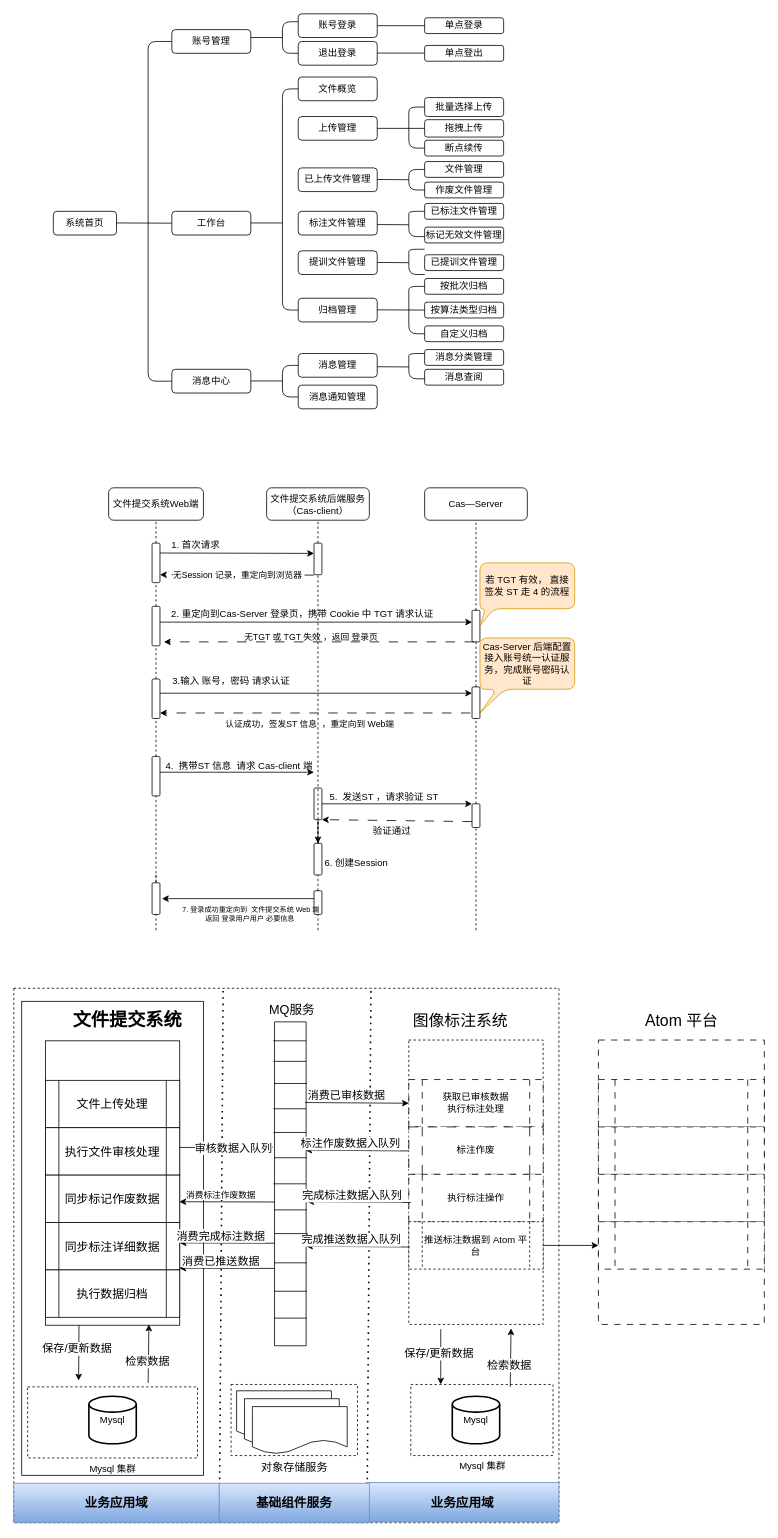
Before: 文件提交系统.drawio in jurentiancheng/drawio-project, a draw.io diagram. Source tidied: cells renumbered, new cells numbered last; positions are measured from the earlier drawing's top-left corner, leaving out a move shared by most shapes. Both pictures are drawn from the tidied source at 79%, with x=0, y=0 at pixel (13, 13).
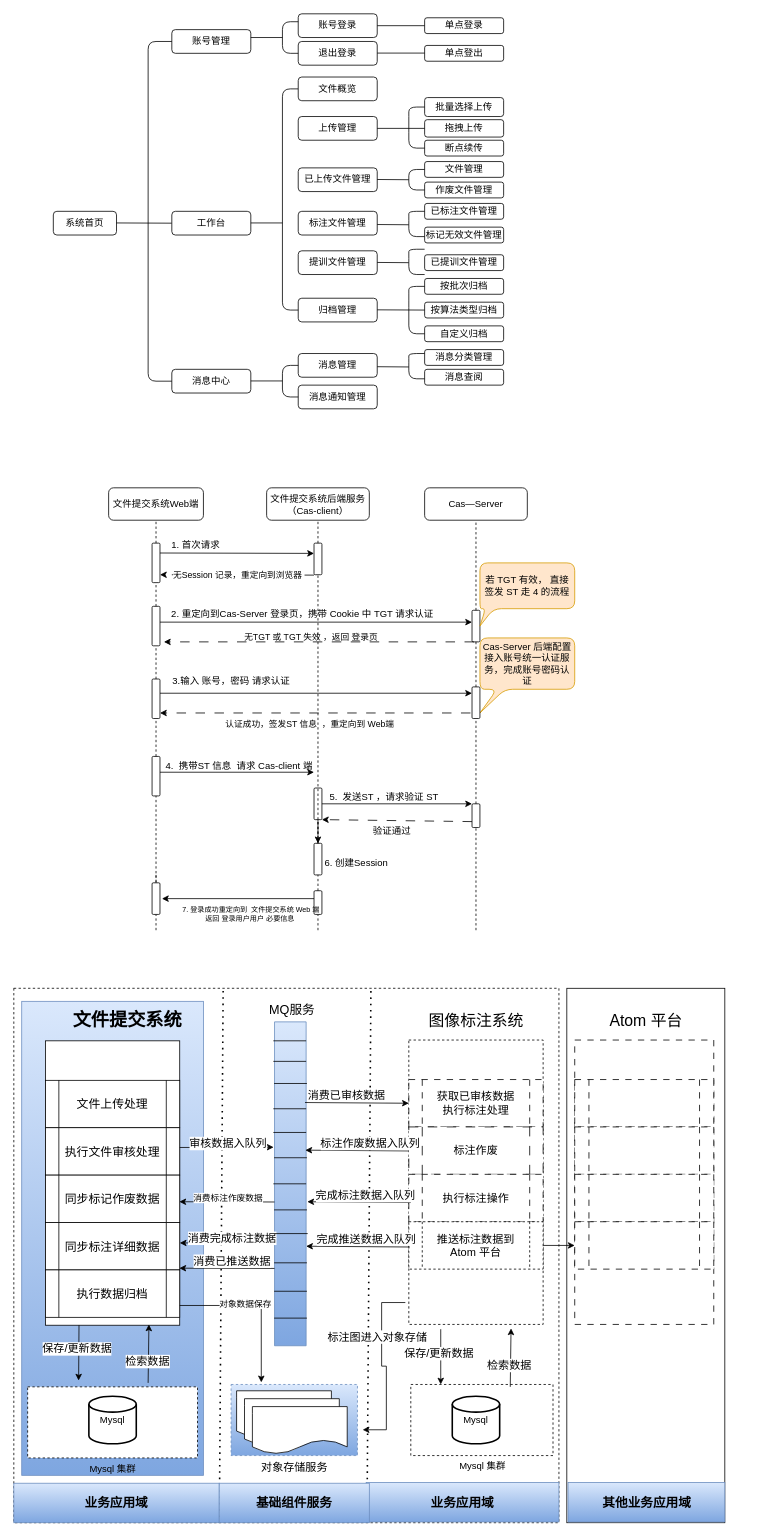
The same page after the edit.

Commit message:
更新文件提交系统.drawio

The change refers to these unchanged cells:
```xml
<mxCell id="112" style="rounded=0;whiteSpace=wrap;html=1;dashed=1;" parent="1" vertex="1">
  <mxGeometry x="500" y="1299" width="170" height="360" as="geometry" />
</mxCell>
<mxCell id="133" value="执行数据归档" style="shape=process;whiteSpace=wrap;html=1;backgroundOutline=1;fontStyle=0;fontSize=15;" parent="127" vertex="1">
  <mxGeometry y="290" width="170" height="60" as="geometry" />
</mxCell>
<mxCell id="153" style="endArrow=classic;html=1;rounded=0;entryX=-0.028;entryY=0.387;entryDx=0;entryDy=0;entryPerimeter=0;" parent="1" edge="1" target="115">
  <mxGeometry relative="1" as="geometry">
    <mxPoint x="210" y="1435" as="sourcePoint" />
  </mxGeometry>
</mxCell>
<mxCell id="161" style="endArrow=classic;html=1;rounded=0;entryX=0;entryY=0.5;entryDx=0;entryDy=0;exitX=0.965;exitY=0.249;exitDx=0;exitDy=0;exitPerimeter=0;" parent="1" edge="1">
  <mxGeometry relative="1" as="geometry">
    <mxPoint x="500" y="1439.4" as="sourcePoint" />
    <mxPoint x="369" y="1438.4" as="targetPoint" />
  </mxGeometry>
</mxCell>
<mxCell id="163" style="endArrow=classic;html=1;rounded=0;entryX=0;entryY=0.5;entryDx=0;entryDy=0;exitX=0.965;exitY=0.249;exitDx=0;exitDy=0;exitPerimeter=0;" parent="1" edge="1">
  <mxGeometry relative="1" as="geometry">
    <mxPoint x="502.5" y="1504.7" as="sourcePoint" />
    <mxPoint x="371.5" y="1503.7" as="targetPoint" />
  </mxGeometry>
</mxCell>
<mxCell id="165" style="endArrow=classic;html=1;rounded=0;entryX=0;entryY=0.5;entryDx=0;entryDy=0;exitX=0.965;exitY=0.249;exitDx=0;exitDy=0;exitPerimeter=0;" parent="1" edge="1">
  <mxGeometry relative="1" as="geometry">
    <mxPoint x="501" y="1561" as="sourcePoint" />
    <mxPoint x="370" y="1560" as="targetPoint" />
  </mxGeometry>
</mxCell>
<mxCell id="167" style="endArrow=classic;html=1;rounded=0;entryX=0;entryY=0.5;entryDx=0;entryDy=0;" parent="1" edge="1">
  <mxGeometry relative="1" as="geometry">
    <mxPoint x="330" y="1504" as="sourcePoint" />
    <mxPoint x="209.5" y="1503.7" as="targetPoint" />
  </mxGeometry>
</mxCell>
<mxCell id="169" style="endArrow=classic;html=1;rounded=0;entryX=0;entryY=0.5;entryDx=0;entryDy=0;" parent="1" edge="1">
  <mxGeometry relative="1" as="geometry">
    <mxPoint x="330.5" y="1556.2" as="sourcePoint" />
    <mxPoint x="210" y="1555.8" as="targetPoint" />
  </mxGeometry>
</mxCell>
<mxCell id="171" style="endArrow=classic;html=1;rounded=0;entryX=0;entryY=0.5;entryDx=0;entryDy=0;" parent="1" edge="1">
  <mxGeometry relative="1" as="geometry">
    <mxPoint x="330" y="1588.1" as="sourcePoint" />
    <mxPoint x="209.5" y="1587.8" as="targetPoint" />
  </mxGeometry>
</mxCell>
```

Diff of the diagram source:
```diff
@@
+    <mxCell id="185" style="rounded=0;whiteSpace=wrap;html=1;" parent="1" vertex="1">
+      <mxGeometry x="700" y="1233.5" width="200" height="676.5" as="geometry" />
+    </mxCell>
@@
-    <mxCell id="113" value="获取已审核数据&lt;br&gt;执行标注处理" style="shape=process;whiteSpace=wrap;html=1;backgroundOutline=1;dashed=1;dashPattern=8 8;" parent="1" vertex="1">
+    <mxCell id="113" value="获取已审核数据&lt;br style=&quot;font-size: 14px;&quot;&gt;执行标注处理" style="shape=process;whiteSpace=wrap;html=1;backgroundOutline=1;dashed=1;dashPattern=8 8;fontSize=14;" parent="1" vertex="1">
       <mxGeometry x="500" y="1349" width="170" height="60" as="geometry" />
     </mxCell>
     <mxCell id="114" value="图像标注系统" style="text;html=1;strokeColor=none;fillColor=none;align=center;verticalAlign=middle;whiteSpace=wrap;rounded=0;fontSize=20;fontStyle=0;" parent="1" vertex="1">
-      <mxGeometry x="502.5" y="1258" width="125" height="31" as="geometry" />
+      <mxGeometry x="522.5" y="1258" width="125" height="31" as="geometry" />
     </mxCell>
-    <mxCell id="115" style="verticalLabelPosition=bottom;verticalAlign=top;html=1;shape=mxgraph.basic.rect;fillColor2=none;strokeWidth=1;size=17.41;indent=5;" parent="1" vertex="1">
+    <mxCell id="115" style="verticalLabelPosition=bottom;verticalAlign=top;html=1;shape=mxgraph.basic.rect;fillColor2=none;strokeWidth=1;size=17.41;indent=5;fillColor=#dae8fc;gradientColor=#7ea6e0;strokeColor=#6c8ebf;" parent="1" vertex="1">
       <mxGeometry x="330" y="1276" width="40" height="410" as="geometry" />
     </mxCell>
-    <mxCell id="116" value="标注作废" style="shape=process;whiteSpace=wrap;html=1;backgroundOutline=1;dashed=1;dashPattern=12 12;" parent="1" vertex="1">
+    <mxCell id="116" value="标注作废" style="shape=process;whiteSpace=wrap;html=1;backgroundOutline=1;dashed=1;dashPattern=12 12;fontSize=14;" parent="1" vertex="1">
       <mxGeometry x="500" y="1409" width="170" height="60" as="geometry" />
     </mxCell>
-    <mxCell id="117" value="执行标注操作" style="shape=process;whiteSpace=wrap;html=1;backgroundOutline=1;dashed=1;dashPattern=8 8;" parent="1" vertex="1">
+    <mxCell id="117" value="执行标注操作" style="shape=process;whiteSpace=wrap;html=1;backgroundOutline=1;dashed=1;dashPattern=8 8;fontSize=14;" parent="1" vertex="1">
       <mxGeometry x="500" y="1469" width="170" height="60" as="geometry" />
     </mxCell>
@@
-    <mxCell id="119" value="推送标注数据到 Atom 平台" style="shape=process;whiteSpace=wrap;html=1;backgroundOutline=1;dashed=1;" parent="1" vertex="1">
+    <mxCell id="119" value="推送标注数据到 Atom 平台" style="shape=process;whiteSpace=wrap;html=1;backgroundOutline=1;dashed=1;fontSize=14;" parent="1" vertex="1">
       <mxGeometry x="500" y="1529" width="170" height="60" as="geometry" />
     </mxCell>
     <mxCell id="120" style="rounded=0;whiteSpace=wrap;html=1;dashed=1;dashPattern=8 8;" parent="1" vertex="1">
-      <mxGeometry x="740" y="1299" width="210" height="360" as="geometry" />
+      <mxGeometry x="710" y="1299" width="176" height="360" as="geometry" />
     </mxCell>
     <mxCell id="121" style="shape=process;whiteSpace=wrap;html=1;backgroundOutline=1;dashed=1;dashPattern=8 8;" parent="1" vertex="1">
-      <mxGeometry x="740" y="1349" width="210" height="60" as="geometry" />
+      <mxGeometry x="710" y="1349" width="176" height="60" as="geometry" />
     </mxCell>
     <mxCell id="122" value="Atom 平台" style="text;html=1;strokeColor=none;fillColor=none;align=center;verticalAlign=middle;whiteSpace=wrap;rounded=0;fontSize=20;fontStyle=0;dashed=1;dashPattern=8 8;" parent="1" vertex="1">
-      <mxGeometry x="782.5" y="1258" width="125" height="31" as="geometry" />
+      <mxGeometry x="737.5" y="1258" width="125" height="31" as="geometry" />
     </mxCell>
-    <mxCell id="123" style="rounded=0;whiteSpace=wrap;html=1;" parent="1" vertex="1">
+    <mxCell id="123" style="rounded=0;whiteSpace=wrap;html=1;fillColor=#dae8fc;gradientColor=#7ea6e0;strokeColor=#6c8ebf;" parent="1" vertex="1">
       <mxGeometry x="10" y="1250" width="230" height="600" as="geometry" />
     </mxCell>
     <mxCell id="124" style="shape=process;whiteSpace=wrap;html=1;backgroundOutline=1;dashed=1;dashPattern=8 8;" parent="1" vertex="1">
-      <mxGeometry x="740" y="1409" width="210" height="60" as="geometry" />
+      <mxGeometry x="710" y="1409" width="176" height="60" as="geometry" />
     </mxCell>
     <mxCell id="125" style="shape=process;whiteSpace=wrap;html=1;backgroundOutline=1;dashed=1;dashPattern=8 8;" parent="1" vertex="1">
-      <mxGeometry x="740" y="1469" width="210" height="60" as="geometry" />
+      <mxGeometry x="710" y="1469" width="176" height="60" as="geometry" />
     </mxCell>
     <mxCell id="126" style="shape=process;whiteSpace=wrap;html=1;backgroundOutline=1;dashed=1;dashPattern=8 8;" parent="1" vertex="1">
-      <mxGeometry x="740" y="1529" width="210" height="60" as="geometry" />
+      <mxGeometry x="710" y="1529" width="176" height="60" as="geometry" />
     </mxCell>
@@
-    <mxCell id="144" value="&lt;font style=&quot;font-size: 14px;&quot;&gt;对象存储服务&lt;/font&gt;" style="verticalLabelPosition=bottom;verticalAlign=top;html=1;shape=mxgraph.basic.rect;fillColor2=none;strokeWidth=1;size=20;indent=5;dashed=1;" parent="1" vertex="1">
+    <mxCell id="144" value="&lt;font style=&quot;font-size: 14px;&quot;&gt;对象存储服务&lt;/font&gt;" style="verticalLabelPosition=bottom;verticalAlign=top;html=1;shape=mxgraph.basic.rect;fillColor2=none;strokeWidth=1;size=20;indent=5;dashed=1;fillColor=#dae8fc;gradientColor=#7ea6e0;strokeColor=#6c8ebf;" parent="1" vertex="1">
       <mxGeometry x="275" y="1735" width="160" height="90" as="geometry" />
     </mxCell>
@@
     <mxCell id="154" value="&lt;font style=&quot;font-size: 14px;&quot;&gt;审核数据入队列&lt;/font&gt;" style="edgeLabel;html=1;align=center;verticalAlign=middle;" parent="153" vertex="1">
-      <mxGeometry x="0.12" y="-1" relative="1" as="geometry" />
+      <mxGeometry x="0.12" y="-1" relative="1" as="geometry">
+        <mxPoint x="-7" y="-6" as="offset" />
+      </mxGeometry>
     </mxCell>
@@
     <mxCell id="162" value="&lt;font style=&quot;font-size: 14px;&quot;&gt;标注作废数据入队列&lt;/font&gt;" style="edgeLabel;html=1;align=center;verticalAlign=middle;" parent="161" vertex="1">
       <mxGeometry x="0.12" y="-1" relative="1" as="geometry">
-        <mxPoint x="-2" y="-8" as="offset" />
+        <mxPoint x="23" y="-8" as="offset" />
       </mxGeometry>
     </mxCell>
@@
     <mxCell id="164" value="&lt;font style=&quot;font-size: 14px;&quot;&gt;完成标注数据入队列&lt;/font&gt;" style="edgeLabel;html=1;align=center;verticalAlign=middle;" parent="163" vertex="1">
       <mxGeometry x="0.12" y="-1" relative="1" as="geometry">
-        <mxPoint x="-2" y="-8" as="offset" />
+        <mxPoint x="15" y="-8" as="offset" />
       </mxGeometry>
     </mxCell>
@@
     <mxCell id="166" value="&lt;font style=&quot;font-size: 14px;&quot;&gt;完成推送数据入队列&lt;/font&gt;" style="edgeLabel;html=1;align=center;verticalAlign=middle;" parent="165" vertex="1">
       <mxGeometry x="0.12" y="-1" relative="1" as="geometry">
-        <mxPoint x="-2" y="-8" as="offset" />
+        <mxPoint x="17" y="-9" as="offset" />
       </mxGeometry>
     </mxCell>
@@
     <mxCell id="168" value="消费标注作废数据" style="edgeLabel;html=1;align=center;verticalAlign=middle;" parent="167" vertex="1">
       <mxGeometry x="0.12" y="-1" relative="1" as="geometry">
-        <mxPoint x="-2" y="-8" as="offset" />
+        <mxPoint x="7" y="-4" as="offset" />
       </mxGeometry>
     </mxCell>
@@
     <mxCell id="170" value="&lt;font style=&quot;font-size: 14px;&quot;&gt;消费完成标注数据&lt;/font&gt;" style="edgeLabel;html=1;align=center;verticalAlign=middle;" parent="169" vertex="1">
       <mxGeometry x="0.12" y="-1" relative="1" as="geometry">
-        <mxPoint x="-2" y="-8" as="offset" />
+        <mxPoint x="12" y="-5" as="offset" />
       </mxGeometry>
     </mxCell>
@@
     <mxCell id="172" value="&lt;font style=&quot;font-size: 14px;&quot;&gt;消费已推送数据&lt;/font&gt;" style="edgeLabel;html=1;align=center;verticalAlign=middle;" parent="171" vertex="1">
       <mxGeometry x="0.12" y="-1" relative="1" as="geometry">
-        <mxPoint x="-2" y="-8" as="offset" />
+        <mxPoint x="12" y="-8" as="offset" />
       </mxGeometry>
     </mxCell>
@@
+    <mxCell id="186" style="endArrow=classic;html=1;rounded=0;entryX=1.041;entryY=0.637;entryDx=0;entryDy=0;entryPerimeter=0;edgeStyle=entityRelationEdgeStyle;exitX=-0.026;exitY=0.923;exitDx=0;exitDy=0;exitPerimeter=0;" parent="1" edge="1" source="112" target="144">
+      <mxGeometry relative="1" as="geometry">
+        <Array as="points">
+          <mxPoint x="480" y="1690" />
+          <mxPoint x="390" y="1680" />
+        </Array>
+      </mxGeometry>
+    </mxCell>
+    <mxCell id="187" value="标注图进入对象存储" style="edgeLabel;html=1;align=center;verticalAlign=middle;fontSize=14;" parent="186" vertex="1">
+      <mxGeometry x="-0.2" y="-3" relative="1" as="geometry">
+        <mxPoint x="-3" y="-18" as="offset" />
+      </mxGeometry>
+    </mxCell>
+    <mxCell id="188" style="edgeStyle=orthogonalEdgeStyle;rounded=0;jettySize=auto;html=1;exitX=1;exitY=0.75;exitDx=0;exitDy=0;entryX=0.239;entryY=-0.03;entryDx=0;entryDy=0;entryPerimeter=0;" parent="1" edge="1" source="133" target="144">
+      <mxGeometry relative="1" as="geometry" />
+    </mxCell>
+    <mxCell id="189" value="对象数据保存" style="edgeLabel;html=1;align=center;verticalAlign=middle;" parent="188" vertex="1">
+      <mxGeometry x="-0.18" y="3" relative="1" as="geometry" />
+    </mxCell>
+    <mxCell id="190" value="&lt;span style=&quot;font-size: 16px;&quot;&gt;其他业务应用域&lt;/span&gt;" style="rounded=0;whiteSpace=wrap;html=1;fillColor=#dae8fc;gradientColor=#7ea6e0;strokeColor=#6c8ebf;fontStyle=1;" parent="1" vertex="1">
+      <mxGeometry x="701.5" y="1859" width="198.5" height="50" as="geometry" />
+    </mxCell>
```
